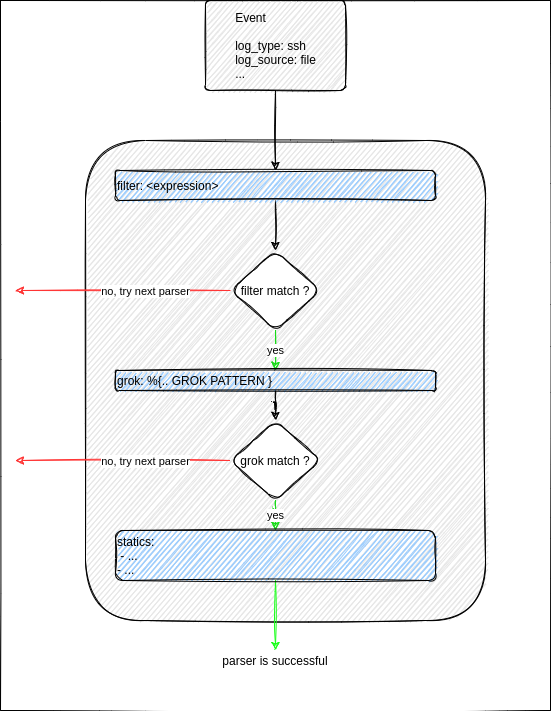
Above: crowdsec-docs/static/img/parser-diagram.png in crowdsecurity/crowdsec-docs (draw.io), before the change. Source tidied: cells renumbered, new cells last; positions are measured from the earlier drawing's top-left corner, leaving out a move shared by most shapes. Its diagram source:
```xml
<mxGraphModel>
  <root>
    <mxCell id="0" />
    <mxCell id="1" parent="0" />
    <mxCell id="2" style="whiteSpace=wrap;html=1;fillColor=#FFFFFF;rounded=0;sketch=1;" parent="1" vertex="1">
      <mxGeometry width="550" height="710" as="geometry" />
    </mxCell>
    <mxCell id="3" style="whiteSpace=wrap;html=1;fillColor=#E6E6E6;rounded=1;sketch=1;" parent="1" vertex="1">
      <mxGeometry x="85" y="140" width="400" height="480" as="geometry" />
    </mxCell>
    <mxCell id="4" style="edgeStyle=orthogonalEdgeStyle;jettySize=auto;html=1;strokeColor=#000000;fillColor=#72FF14;entryX=0.5;entryY=0;entryDx=0;entryDy=0;sketch=1;" parent="1" edge="1" source="5" target="17">
      <mxGeometry relative="1" as="geometry" />
    </mxCell>
    <mxCell id="5" value="filter: &amp;lt;expression&amp;gt;" style="whiteSpace=wrap;html=1;fillColor=#99CCFF;align=left;rounded=1;sketch=1;" parent="1" vertex="1">
      <mxGeometry x="115" y="170" width="320" height="30" as="geometry" />
    </mxCell>
    <mxCell id="6" value="yes" style="edgeStyle=orthogonalEdgeStyle;jettySize=auto;html=1;strokeColor=#16DB16;fillColor=#72FF14;exitX=0.5;exitY=1;exitDx=0;exitDy=0;sketch=1;" parent="1" edge="1" source="17" target="8">
      <mxGeometry relative="1" as="geometry" />
    </mxCell>
    <mxCell id="7" style="edgeStyle=orthogonalEdgeStyle;jettySize=auto;html=1;strokeColor=#000000;fillColor=#72FF14;sketch=1;" parent="1" edge="1" source="8" target="12">
      <mxGeometry relative="1" as="geometry" />
    </mxCell>
    <mxCell id="8" value="grok: %{.. GROK PATTERN }" style="whiteSpace=wrap;html=1;fillColor=#99CCFF;align=left;rounded=1;sketch=1;" parent="1" vertex="1">
      <mxGeometry x="115" y="370" width="320" height="20" as="geometry" />
    </mxCell>
    <mxCell id="9" value="yes" style="edgeStyle=orthogonalEdgeStyle;jettySize=auto;html=1;entryX=0.5;entryY=0;entryDx=0;entryDy=0;strokeColor=#16DB16;fillColor=#72FF14;sketch=1;" parent="1" edge="1" source="12" target="14">
      <mxGeometry relative="1" as="geometry" />
    </mxCell>
    <mxCell id="10" style="edgeStyle=orthogonalEdgeStyle;jettySize=auto;html=1;strokeColor=#FF3333;fillColor=#72FF14;sketch=1;" parent="1" edge="1" source="12">
      <mxGeometry relative="1" as="geometry">
        <mxPoint x="15" y="460" as="targetPoint" />
      </mxGeometry>
    </mxCell>
    <mxCell id="11" value="no, try next parser" style="edgeLabel;html=1;align=center;verticalAlign=middle;rounded=1;sketch=1;" parent="10" vertex="1">
      <mxGeometry x="0.13" y="-1" relative="1" as="geometry">
        <mxPoint x="37" y="1" as="offset" />
      </mxGeometry>
    </mxCell>
    <mxCell id="12" value="grok match ?" style="rhombus;whiteSpace=wrap;html=1;fillColor=#FFFFFF;rounded=1;sketch=1;" parent="1" vertex="1">
      <mxGeometry x="230" y="420" width="90" height="80" as="geometry" />
    </mxCell>
    <mxCell id="13" style="edgeStyle=orthogonalEdgeStyle;jettySize=auto;html=1;strokeColor=#19FF19;fillColor=#72FF14;entryX=0.5;entryY=0;entryDx=0;entryDy=0;sketch=1;" parent="1" edge="1" source="14" target="18">
      <mxGeometry relative="1" as="geometry" />
    </mxCell>
    <mxCell id="14" value="&lt;div&gt;&lt;span&gt;statics:&lt;/span&gt;&lt;/div&gt;&lt;div&gt;&lt;span&gt;&amp;nbsp;- ...&lt;/span&gt;&lt;/div&gt;&lt;div&gt;&lt;span&gt;- ...&lt;/span&gt;&lt;/div&gt;" style="whiteSpace=wrap;html=1;fillColor=#99CCFF;align=left;rounded=1;sketch=1;" parent="1" vertex="1">
      <mxGeometry x="115" y="530" width="320" height="50" as="geometry" />
    </mxCell>
    <mxCell id="15" style="edgeStyle=orthogonalEdgeStyle;jettySize=auto;html=1;strokeColor=#FF3333;fillColor=#72FF14;sketch=1;" parent="1" edge="1" source="17">
      <mxGeometry relative="1" as="geometry">
        <mxPoint x="15" y="290" as="targetPoint" />
      </mxGeometry>
    </mxCell>
    <mxCell id="16" value="no, try next parser" style="edgeLabel;html=1;align=center;verticalAlign=middle;rounded=1;sketch=1;" parent="15" vertex="1">
      <mxGeometry x="0.13" y="-4" relative="1" as="geometry">
        <mxPoint x="37" y="4" as="offset" />
      </mxGeometry>
    </mxCell>
    <mxCell id="17" value="filter match ?" style="rhombus;whiteSpace=wrap;html=1;fillColor=#FFFFFF;rounded=1;sketch=1;" parent="1" vertex="1">
      <mxGeometry x="230" y="250" width="90" height="80" as="geometry" />
    </mxCell>
    <mxCell id="18" value="parser is successful" style="text;html=1;strokeColor=none;fillColor=none;align=center;verticalAlign=middle;whiteSpace=wrap;rounded=1;sketch=1;" parent="1" vertex="1">
      <mxGeometry x="215" y="650" width="120" height="20" as="geometry" />
    </mxCell>
    <mxCell id="19" style="edgeStyle=orthogonalEdgeStyle;jettySize=auto;html=1;entryX=0.5;entryY=0;entryDx=0;entryDy=0;strokeColor=#000000;fillColor=#72FF14;sketch=1;" parent="1" edge="1" source="20" target="5">
      <mxGeometry relative="1" as="geometry" />
    </mxCell>
    <mxCell id="20" value="&lt;div style=&quot;text-align: left&quot;&gt;&lt;span&gt;Event&lt;/span&gt;&lt;/div&gt;&lt;div style=&quot;text-align: left&quot;&gt;&lt;br&gt;&lt;/div&gt;&lt;div style=&quot;text-align: left&quot;&gt;&lt;span&gt;log_type: ssh&lt;/span&gt;&lt;/div&gt;&lt;div style=&quot;text-align: left&quot;&gt;&lt;span&gt;log_source: file&lt;/span&gt;&lt;/div&gt;&lt;div style=&quot;text-align: left&quot;&gt;&lt;span&gt;...&lt;/span&gt;&lt;/div&gt;" style="html=1;align=center;verticalAlign=middle;absoluteArcSize=1;arcSize=10;dashed=0;fillColor=#E6E6E6;rounded=1;sketch=1;" parent="1" vertex="1">
      <mxGeometry x="205" width="140" height="90" as="geometry" />
    </mxCell>
  </root>
</mxGraphModel>
```
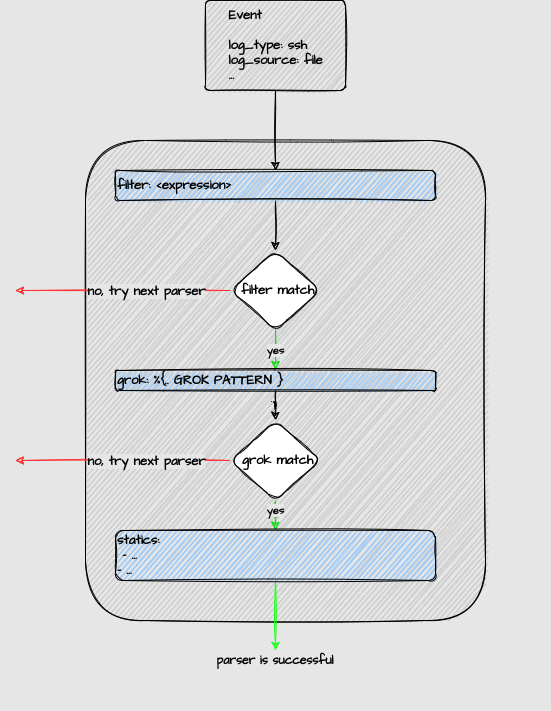
After the change.

What changed in the source:
```diff
@@ -2,47 +2,50 @@
   <root>
     <mxCell id="0" />
     <mxCell id="1" parent="0" />
-    <mxCell id="2" style="whiteSpace=wrap;html=1;fillColor=#FFFFFF;rounded=0;sketch=1;" parent="1" vertex="1">
+    <mxCell id="2" style="whiteSpace=wrap;html=1;fillColor=#E6E6E6;rounded=0;sketch=0;strokeColor=#E6E6E6;" parent="1" vertex="1">
       <mxGeometry width="550" height="710" as="geometry" />
     </mxCell>
-    <mxCell id="3" style="whiteSpace=wrap;html=1;fillColor=#E6E6E6;rounded=1;sketch=1;" parent="1" vertex="1">
+    <mxCell id="3" style="whiteSpace=wrap;html=1;fillColor=#CCCCCC;rounded=1;sketch=1;fontSize=13;" parent="1" vertex="1">
       <mxGeometry x="85" y="140" width="400" height="480" as="geometry" />
     </mxCell>
     <mxCell id="4" style="edgeStyle=orthogonalEdgeStyle;jettySize=auto;html=1;strokeColor=#000000;fillColor=#72FF14;entryX=0.5;entryY=0;entryDx=0;entryDy=0;sketch=1;" parent="1" edge="1" source="5" target="17">
       <mxGeometry relative="1" as="geometry" />
     </mxCell>
-    <mxCell id="5" value="filter: &amp;lt;expression&amp;gt;" style="whiteSpace=wrap;html=1;fillColor=#99CCFF;align=left;rounded=1;sketch=1;" parent="1" vertex="1">
+    <mxCell id="5" value="filter: &amp;lt;expression&amp;gt;" style="whiteSpace=wrap;html=1;fillColor=#99CCFF;align=left;rounded=1;sketch=1;fontFamily=Architects Daughter;fontSource=https%3A%2F%2Ffonts.googleapis.com%2Fcss%3Ffamily%3DArchitects%2BDaughter;fontStyle=1;fontSize=13;" parent="1" vertex="1">
       <mxGeometry x="115" y="170" width="320" height="30" as="geometry" />
     </mxCell>
-    <mxCell id="6" value="yes" style="edgeStyle=orthogonalEdgeStyle;jettySize=auto;html=1;strokeColor=#16DB16;fillColor=#72FF14;exitX=0.5;exitY=1;exitDx=0;exitDy=0;sketch=1;" parent="1" edge="1" source="17" target="8">
-      <mxGeometry relative="1" as="geometry" />
+    <mxCell id="6" value="yes" style="edgeStyle=orthogonalEdgeStyle;orthogonalLoop=1;jettySize=auto;html=1;strokeColor=#16DB16;fillColor=#72FF14;exitX=0.5;exitY=1;exitDx=0;exitDy=0;sketch=1;labelBackgroundColor=#E6E6E6;fontFamily=Architects Daughter;fontSource=https%3A%2F%2Ffonts.googleapis.com%2Fcss%3Ffamily%3DArchitects%2BDaughter;fontStyle=1;" parent="1" edge="1">
+      <mxGeometry x="0.05" relative="1" as="geometry">
+        <mxPoint x="275" y="329" as="sourcePoint" />
+        <mxPoint x="275" y="369" as="targetPoint" />
+      </mxGeometry>
     </mxCell>
     <mxCell id="7" style="edgeStyle=orthogonalEdgeStyle;jettySize=auto;html=1;strokeColor=#000000;fillColor=#72FF14;sketch=1;" parent="1" edge="1" source="8" target="12">
       <mxGeometry relative="1" as="geometry" />
     </mxCell>
-    <mxCell id="8" value="grok: %{.. GROK PATTERN }" style="whiteSpace=wrap;html=1;fillColor=#99CCFF;align=left;rounded=1;sketch=1;" parent="1" vertex="1">
+    <mxCell id="8" value="grok: %{.. GROK PATTERN }" style="whiteSpace=wrap;html=1;fillColor=#99CCFF;align=left;rounded=1;sketch=1;fontFamily=Architects Daughter;fontSource=https%3A%2F%2Ffonts.googleapis.com%2Fcss%3Ffamily%3DArchitects%2BDaughter;fontStyle=1;fontSize=13;" parent="1" vertex="1">
       <mxGeometry x="115" y="370" width="320" height="20" as="geometry" />
     </mxCell>
-    <mxCell id="9" value="yes" style="edgeStyle=orthogonalEdgeStyle;jettySize=auto;html=1;entryX=0.5;entryY=0;entryDx=0;entryDy=0;strokeColor=#16DB16;fillColor=#72FF14;sketch=1;" parent="1" edge="1" source="12" target="14">
-      <mxGeometry relative="1" as="geometry" />
+    <mxCell id="9" value="yes" style="edgeStyle=orthogonalEdgeStyle;jettySize=auto;html=1;entryX=0.5;entryY=0;entryDx=0;entryDy=0;strokeColor=#16DB16;fillColor=#72FF14;sketch=1;labelBackgroundColor=#E6E6E6;fontFamily=Architects Daughter;fontSource=https%3A%2F%2Ffonts.googleapis.com%2Fcss%3Ffamily%3DArchitects%2BDaughter;fontStyle=1;" parent="1" edge="1" source="12" target="14">
+      <mxGeometry x="0.2" relative="1" as="geometry" />
     </mxCell>
     <mxCell id="10" style="edgeStyle=orthogonalEdgeStyle;jettySize=auto;html=1;strokeColor=#FF3333;fillColor=#72FF14;sketch=1;" parent="1" edge="1" source="12">
       <mxGeometry relative="1" as="geometry">
         <mxPoint x="15" y="460" as="targetPoint" />
       </mxGeometry>
     </mxCell>
-    <mxCell id="11" value="no, try next parser" style="edgeLabel;html=1;align=center;verticalAlign=middle;rounded=1;sketch=1;" parent="10" vertex="1">
+    <mxCell id="11" value="no, try next parser" style="edgeLabel;html=1;align=center;verticalAlign=middle;rounded=1;sketch=1;fontFamily=Architects Daughter;fontSource=https%3A%2F%2Ffonts.googleapis.com%2Fcss%3Ffamily%3DArchitects%2BDaughter;fontStyle=1;fontSize=13;labelBackgroundColor=#E6E6E6;" parent="10" vertex="1">
       <mxGeometry x="0.13" y="-1" relative="1" as="geometry">
         <mxPoint x="37" y="1" as="offset" />
       </mxGeometry>
     </mxCell>
-    <mxCell id="12" value="grok match ?" style="rhombus;whiteSpace=wrap;html=1;fillColor=#FFFFFF;rounded=1;sketch=1;" parent="1" vertex="1">
+    <mxCell id="12" value="&amp;nbsp;grok match" style="rhombus;whiteSpace=wrap;html=1;fillColor=#FFFFFF;rounded=1;sketch=1;fontFamily=Architects Daughter;fontSource=https%3A%2F%2Ffonts.googleapis.com%2Fcss%3Ffamily%3DArchitects%2BDaughter;fontStyle=1;fontSize=13;" parent="1" vertex="1">
       <mxGeometry x="230" y="420" width="90" height="80" as="geometry" />
     </mxCell>
     <mxCell id="13" style="edgeStyle=orthogonalEdgeStyle;jettySize=auto;html=1;strokeColor=#19FF19;fillColor=#72FF14;entryX=0.5;entryY=0;entryDx=0;entryDy=0;sketch=1;" parent="1" edge="1" source="14" target="18">
       <mxGeometry relative="1" as="geometry" />
     </mxCell>
-    <mxCell id="14" value="&lt;div&gt;&lt;span&gt;statics:&lt;/span&gt;&lt;/div&gt;&lt;div&gt;&lt;span&gt;&amp;nbsp;- ...&lt;/span&gt;&lt;/div&gt;&lt;div&gt;&lt;span&gt;- ...&lt;/span&gt;&lt;/div&gt;" style="whiteSpace=wrap;html=1;fillColor=#99CCFF;align=left;rounded=1;sketch=1;" parent="1" vertex="1">
+    <mxCell id="14" value="&lt;div style=&quot;font-size: 13px;&quot;&gt;&lt;span style=&quot;font-size: 13px;&quot;&gt;statics:&lt;/span&gt;&lt;/div&gt;&lt;div style=&quot;font-size: 13px;&quot;&gt;&lt;span style=&quot;font-size: 13px;&quot;&gt;&amp;nbsp;- ...&lt;/span&gt;&lt;/div&gt;&lt;div style=&quot;font-size: 13px;&quot;&gt;&lt;span style=&quot;font-size: 13px;&quot;&gt;- ...&lt;/span&gt;&lt;/div&gt;" style="whiteSpace=wrap;html=1;fillColor=#99CCFF;align=left;rounded=1;sketch=1;fontFamily=Architects Daughter;fontSource=https%3A%2F%2Ffonts.googleapis.com%2Fcss%3Ffamily%3DArchitects%2BDaughter;fontStyle=1;fontSize=13;" parent="1" vertex="1">
       <mxGeometry x="115" y="530" width="320" height="50" as="geometry" />
     </mxCell>
     <mxCell id="15" style="edgeStyle=orthogonalEdgeStyle;jettySize=auto;html=1;strokeColor=#FF3333;fillColor=#72FF14;sketch=1;" parent="1" edge="1" source="17">
@@ -50,21 +53,21 @@
         <mxPoint x="15" y="290" as="targetPoint" />
       </mxGeometry>
     </mxCell>
-    <mxCell id="16" value="no, try next parser" style="edgeLabel;html=1;align=center;verticalAlign=middle;rounded=1;sketch=1;" parent="15" vertex="1">
+    <mxCell id="16" value="no, try next parser" style="edgeLabel;html=1;align=center;verticalAlign=middle;rounded=1;sketch=1;fontFamily=Architects Daughter;fontSource=https%3A%2F%2Ffonts.googleapis.com%2Fcss%3Ffamily%3DArchitects%2BDaughter;fontStyle=1;fontSize=13;labelBackgroundColor=#E6E6E6;" parent="15" vertex="1">
       <mxGeometry x="0.13" y="-4" relative="1" as="geometry">
         <mxPoint x="37" y="4" as="offset" />
       </mxGeometry>
     </mxCell>
-    <mxCell id="17" value="filter match ?" style="rhombus;whiteSpace=wrap;html=1;fillColor=#FFFFFF;rounded=1;sketch=1;" parent="1" vertex="1">
+    <mxCell id="17" value="&amp;nbsp;filter match" style="rhombus;whiteSpace=wrap;html=1;fillColor=#FFFFFF;rounded=1;sketch=1;fontFamily=Architects Daughter;fontSource=https%3A%2F%2Ffonts.googleapis.com%2Fcss%3Ffamily%3DArchitects%2BDaughter;fontStyle=1;fontSize=13;" parent="1" vertex="1">
       <mxGeometry x="230" y="250" width="90" height="80" as="geometry" />
     </mxCell>
-    <mxCell id="18" value="parser is successful" style="text;html=1;strokeColor=none;fillColor=none;align=center;verticalAlign=middle;whiteSpace=wrap;rounded=1;sketch=1;" parent="1" vertex="1">
+    <mxCell id="18" value="parser is successful" style="text;html=1;strokeColor=none;fillColor=none;align=center;verticalAlign=middle;whiteSpace=wrap;rounded=1;sketch=1;fontFamily=Architects Daughter;fontSource=https%3A%2F%2Ffonts.googleapis.com%2Fcss%3Ffamily%3DArchitects%2BDaughter;fontStyle=1;" parent="1" vertex="1">
       <mxGeometry x="215" y="650" width="120" height="20" as="geometry" />
     </mxCell>
     <mxCell id="19" style="edgeStyle=orthogonalEdgeStyle;jettySize=auto;html=1;entryX=0.5;entryY=0;entryDx=0;entryDy=0;strokeColor=#000000;fillColor=#72FF14;sketch=1;" parent="1" edge="1" source="20" target="5">
       <mxGeometry relative="1" as="geometry" />
     </mxCell>
-    <mxCell id="20" value="&lt;div style=&quot;text-align: left&quot;&gt;&lt;span&gt;Event&lt;/span&gt;&lt;/div&gt;&lt;div style=&quot;text-align: left&quot;&gt;&lt;br&gt;&lt;/div&gt;&lt;div style=&quot;text-align: left&quot;&gt;&lt;span&gt;log_type: ssh&lt;/span&gt;&lt;/div&gt;&lt;div style=&quot;text-align: left&quot;&gt;&lt;span&gt;log_source: file&lt;/span&gt;&lt;/div&gt;&lt;div style=&quot;text-align: left&quot;&gt;&lt;span&gt;...&lt;/span&gt;&lt;/div&gt;" style="html=1;align=center;verticalAlign=middle;absoluteArcSize=1;arcSize=10;dashed=0;fillColor=#E6E6E6;rounded=1;sketch=1;" parent="1" vertex="1">
+    <mxCell id="20" value="&lt;div style=&quot;text-align: left; font-size: 13px;&quot;&gt;&lt;span style=&quot;font-size: 13px;&quot;&gt;Event&lt;/span&gt;&lt;/div&gt;&lt;div style=&quot;text-align: left; font-size: 13px;&quot;&gt;&lt;br style=&quot;font-size: 13px;&quot;&gt;&lt;/div&gt;&lt;div style=&quot;text-align: left; font-size: 13px;&quot;&gt;&lt;span style=&quot;font-size: 13px;&quot;&gt;log_type: ssh&lt;/span&gt;&lt;/div&gt;&lt;div style=&quot;text-align: left; font-size: 13px;&quot;&gt;&lt;span style=&quot;font-size: 13px;&quot;&gt;log_source: file&lt;/span&gt;&lt;/div&gt;&lt;div style=&quot;text-align: left; font-size: 13px;&quot;&gt;&lt;span style=&quot;font-size: 13px;&quot;&gt;...&lt;/span&gt;&lt;/div&gt;" style="html=1;align=center;verticalAlign=middle;absoluteArcSize=1;arcSize=10;dashed=0;fillColor=#CCCCCC;rounded=1;sketch=1;fontFamily=Architects Daughter;fontSource=https%3A%2F%2Ffonts.googleapis.com%2Fcss%3Ffamily%3DArchitects%2BDaughter;fontStyle=1;fontSize=13;" parent="1" vertex="1">
       <mxGeometry x="205" width="140" height="90" as="geometry" />
     </mxCell>
   </root>
```
